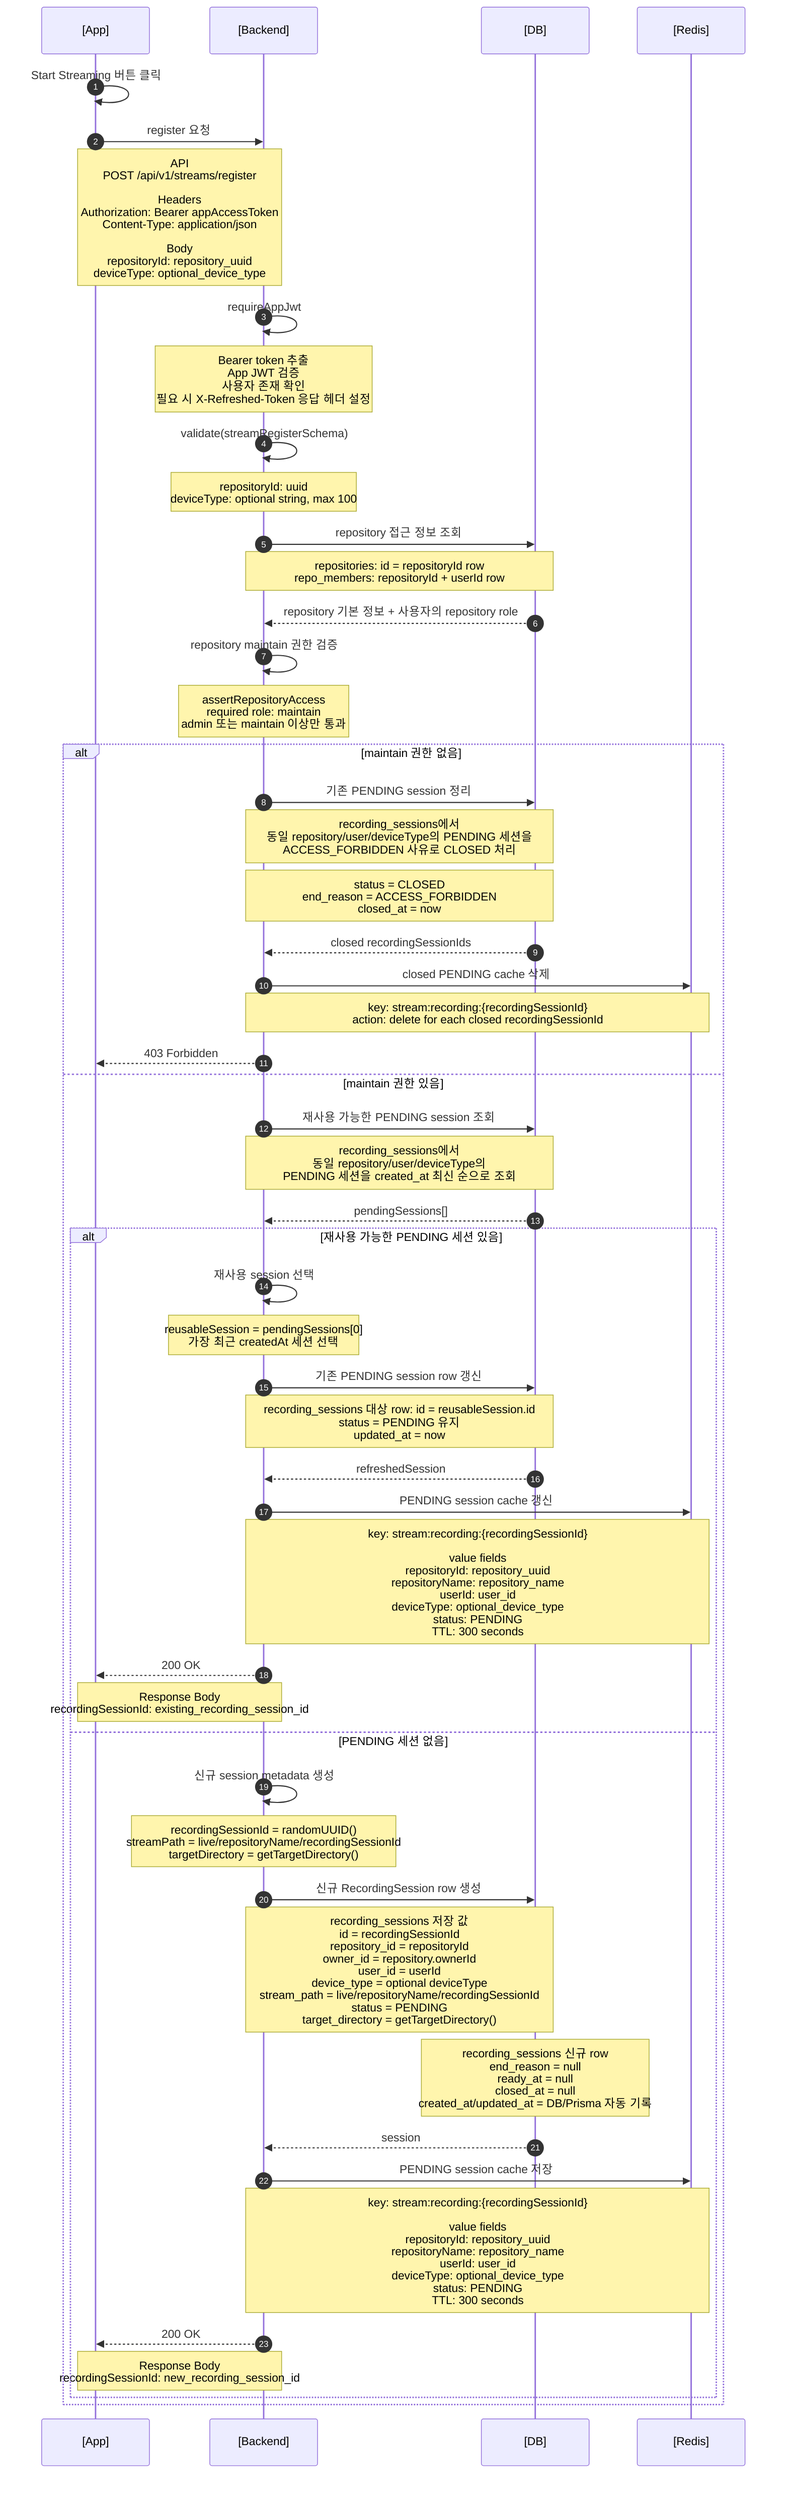
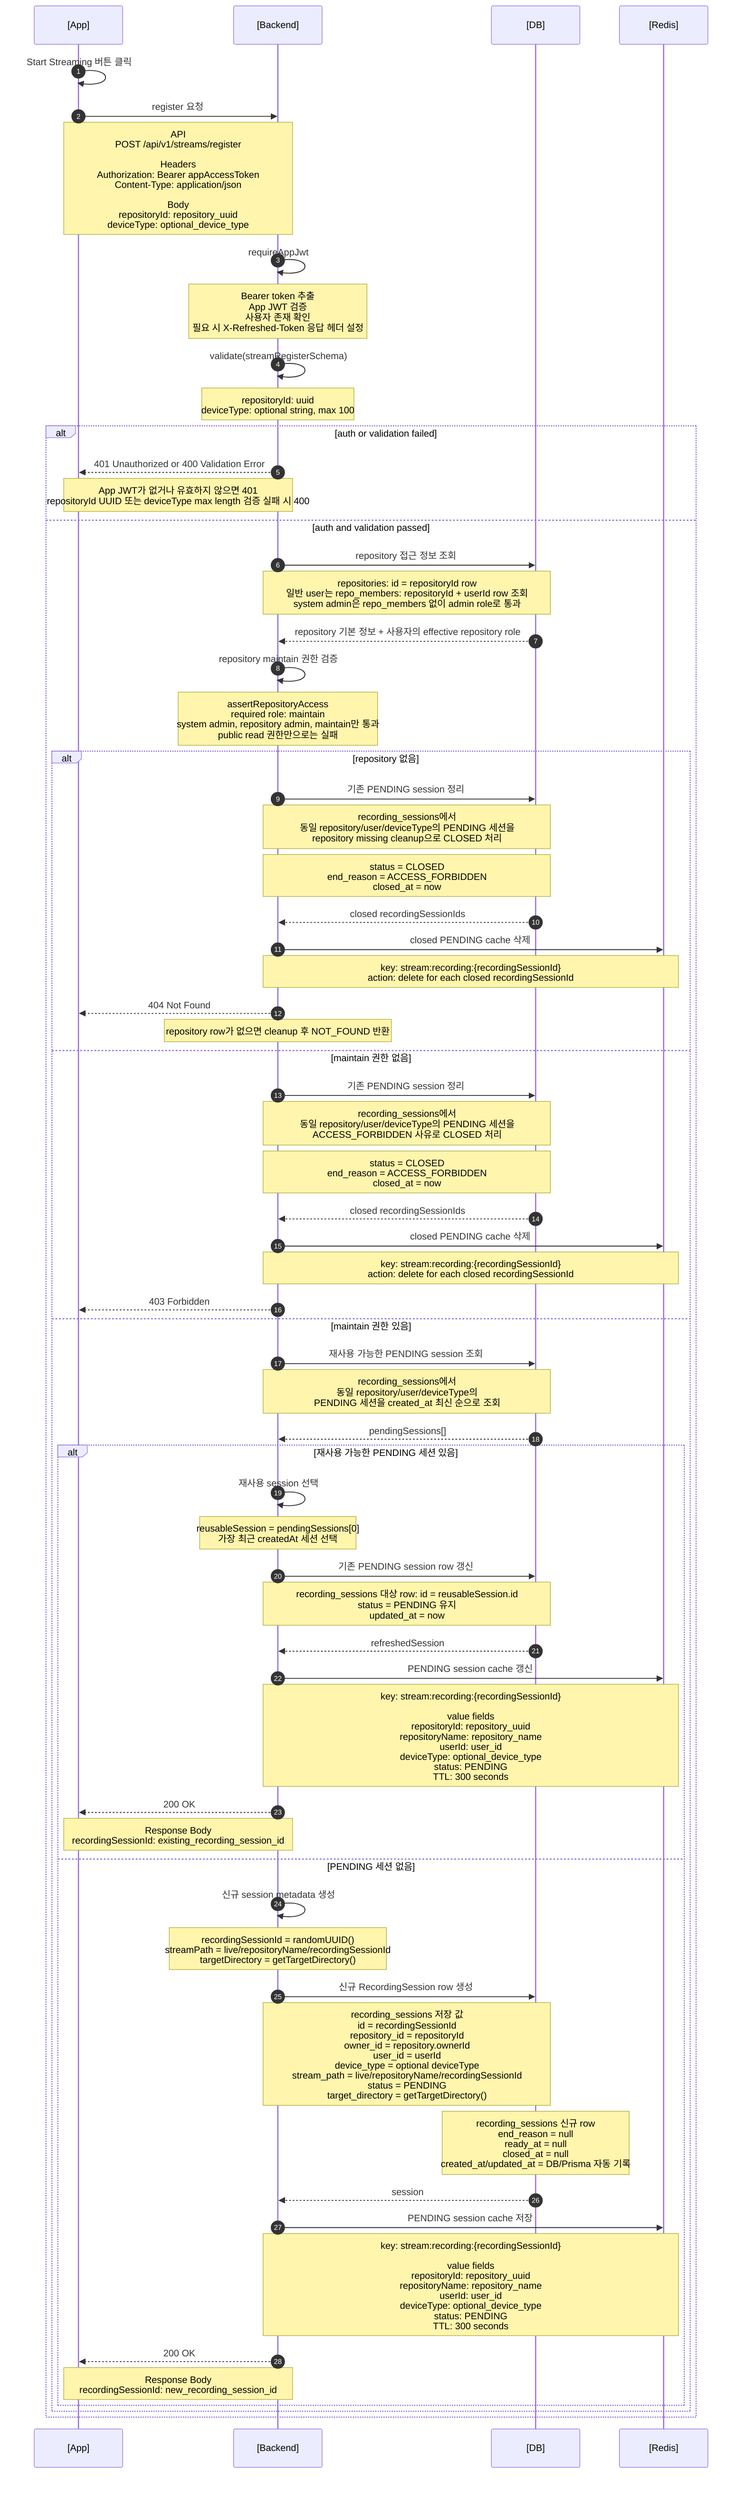
sequenceDiagram
  autonumber
  participant App as [App]
  participant Backend as [Backend]
  participant DB as [DB]
  participant Redis as [Redis]

  App->>App: Start Streaming 버튼 클릭
  App->>Backend: register 요청
  Note over App,Backend: API<br/>POST /api/v1/streams/register<br/><br/>Headers<br/>Authorization: Bearer appAccessToken<br/>Content-Type: application/json<br/><br/>Body<br/>repositoryId: repository_uuid<br/>deviceType: optional_device_type

  Backend->>Backend: requireAppJwt
  Note over Backend: Bearer token 추출<br/>App JWT 검증<br/>사용자 존재 확인<br/>필요 시 X-Refreshed-Token 응답 헤더 설정
  Backend->>Backend: validate(streamRegisterSchema)
  Note over Backend: repositoryId: uuid<br/>deviceType: optional string, max 100

+   alt auth or validation failed
+     Backend-->>App: 401 Unauthorized or 400 Validation Error
+     Note over Backend,App: App JWT가 없거나 유효하지 않으면 401<br/>repositoryId UUID 또는 deviceType max length 검증 실패 시 400
+   else auth and validation passed
  Backend->>DB: repository 접근 정보 조회
-   Note over Backend,DB: repositories: id = repositoryId row<br/>repo_members: repositoryId + userId row
-   DB-->>Backend: repository 기본 정보 + 사용자의 repository role
+   Note over Backend,DB: repositories: id = repositoryId row<br/>일반 user는 repo_members: repositoryId + userId row 조회<br/>system admin은 repo_members 없이 admin role로 통과
+   DB-->>Backend: repository 기본 정보 + 사용자의 effective repository role
  Backend->>Backend: repository maintain 권한 검증
-   Note over Backend: assertRepositoryAccess<br/>required role: maintain<br/>admin 또는 maintain 이상만 통과
+   Note over Backend: assertRepositoryAccess<br/>required role: maintain<br/>system admin, repository admin, maintain만 통과<br/>public read 권한만으로는 실패

-   alt maintain 권한 없음
+   alt repository 없음
+     Backend->>DB: 기존 PENDING session 정리
+     Note over Backend,DB: recording_sessions에서<br/>동일 repository/user/deviceType의 PENDING 세션을<br/>repository missing cleanup으로 CLOSED 처리
+     Note over Backend,DB: status = CLOSED<br/>end_reason = ACCESS_FORBIDDEN<br/>closed_at = now
+     DB-->>Backend: closed recordingSessionIds
+     Backend->>Redis: closed PENDING cache 삭제
+     Note over Backend,Redis: key: stream:recording:{recordingSessionId}<br/>action: delete for each closed recordingSessionId
+     Backend-->>App: 404 Not Found
+     Note over Backend: repository row가 없으면 cleanup 후 NOT_FOUND 반환
+   else maintain 권한 없음
    Backend->>DB: 기존 PENDING session 정리
    Note over Backend,DB: recording_sessions에서<br/>동일 repository/user/deviceType의 PENDING 세션을<br/>ACCESS_FORBIDDEN 사유로 CLOSED 처리
    Note over Backend,DB: status = CLOSED<br/>end_reason = ACCESS_FORBIDDEN<br/>closed_at = now
    DB-->>Backend: closed recordingSessionIds
    Backend->>Redis: closed PENDING cache 삭제
    Note over Backend,Redis: key: stream:recording:{recordingSessionId}<br/>action: delete for each closed recordingSessionId
    Backend-->>App: 403 Forbidden
  else maintain 권한 있음
    Backend->>DB: 재사용 가능한 PENDING session 조회
    Note over Backend,DB: recording_sessions에서<br/>동일 repository/user/deviceType의<br/>PENDING 세션을 created_at 최신 순으로 조회
    DB-->>Backend: pendingSessions[]

    alt 재사용 가능한 PENDING 세션 있음
      Backend->>Backend: 재사용 session 선택
      Note over Backend: reusableSession = pendingSessions[0]<br/>가장 최근 createdAt 세션 선택
      Backend->>DB: 기존 PENDING session row 갱신
      Note over Backend,DB: recording_sessions 대상 row: id = reusableSession.id<br/>status = PENDING 유지<br/>updated_at = now
      DB-->>Backend: refreshedSession
      Backend->>Redis: PENDING session cache 갱신
      Note over Backend,Redis: key: stream:recording:{recordingSessionId}<br/><br/>value fields<br/>repositoryId: repository_uuid<br/>repositoryName: repository_name<br/>userId: user_id<br/>deviceType: optional_device_type<br/>status: PENDING<br/>TTL: 300 seconds
      Backend-->>App: 200 OK
      Note over App,Backend: Response Body<br/>recordingSessionId: existing_recording_session_id
    else PENDING 세션 없음
      Backend->>Backend: 신규 session metadata 생성
      Note over Backend: recordingSessionId = randomUUID()<br/>streamPath = live/repositoryName/recordingSessionId<br/>targetDirectory = getTargetDirectory()
      Backend->>DB: 신규 RecordingSession row 생성
      Note over Backend,DB: recording_sessions 저장 값<br/>id = recordingSessionId<br/>repository_id = repositoryId<br/>owner_id = repository.ownerId<br/>user_id = userId<br/>device_type = optional deviceType<br/>stream_path = live/repositoryName/recordingSessionId<br/>status = PENDING<br/>target_directory = getTargetDirectory()
      Note over DB: recording_sessions 신규 row<br/>end_reason = null<br/>ready_at = null<br/>closed_at = null<br/>created_at/updated_at = DB/Prisma 자동 기록
      DB-->>Backend: session
      Backend->>Redis: PENDING session cache 저장
      Note over Backend,Redis: key: stream:recording:{recordingSessionId}<br/><br/>value fields<br/>repositoryId: repository_uuid<br/>repositoryName: repository_name<br/>userId: user_id<br/>deviceType: optional_device_type<br/>status: PENDING<br/>TTL: 300 seconds
      Backend-->>App: 200 OK
      Note over App,Backend: Response Body<br/>recordingSessionId: new_recording_session_id
    end
  end
+   end

%% 참고:
- %% Background reconcile loop는 PENDING recording_sessions를 CLOSED로 정리하지 않는다.
+ %% PENDING session을 별도로 CLOSED 정리하는 background reconcile loop는 없다.
%% PENDING Redis cache TTL은 300초이며, publish-ticket은 이 cache가 남아 있는 PENDING session만 허용한다.
%% Redis cache가 만료된 old PENDING DB row는 다음 register에서 재사용되면 cache가 다시 갱신된다.
+ %% Access failure cleanup은 repository가 삭제되어 NOT_FOUND가 발생했거나,
+ %% repository는 존재하지만 현재 사용자가 maintain 권한을 잃어 FORBIDDEN이 발생한 경우에 수행된다.
+ %% repository missing cleanup은 이미 삭제된 repository를 가리키는 PENDING session이 DB에 영구히 남지 않도록 정리한다.
%% 다음 단계는 App이 반환받은 recordingSessionId로 POST /api/v1/streams/{recordingSessionId}/publish-ticket을 호출하는 흐름이다.
